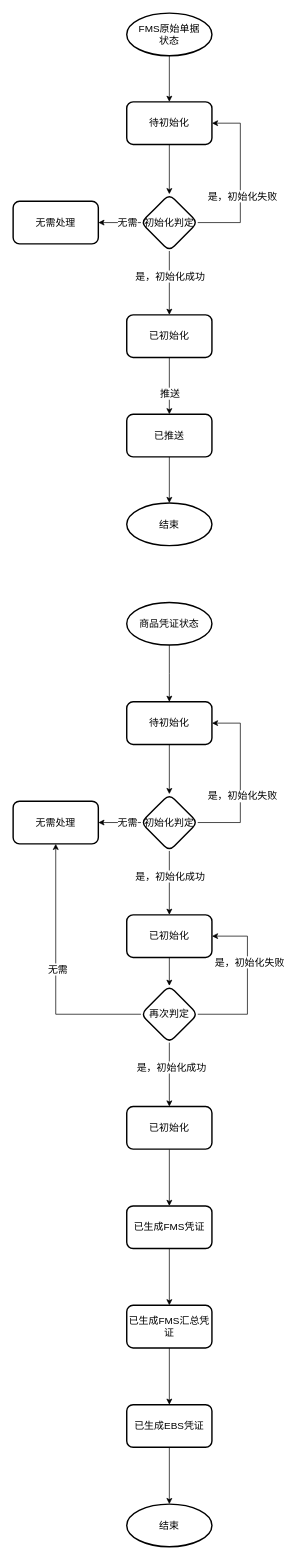
Before: page "商品凭证-状态" (2 of 2) of FMS库存管理.drawio in guyezhi/drawio, a draw.io diagram. Source tidied: cells renumbered, new cells numbered last; positions are measured from the earlier drawing's top-left corner, leaving out a move shared by most shapes. Both pictures are drawn from the tidied source at 71%, with x=0, y=0 at pixel (13, 13).
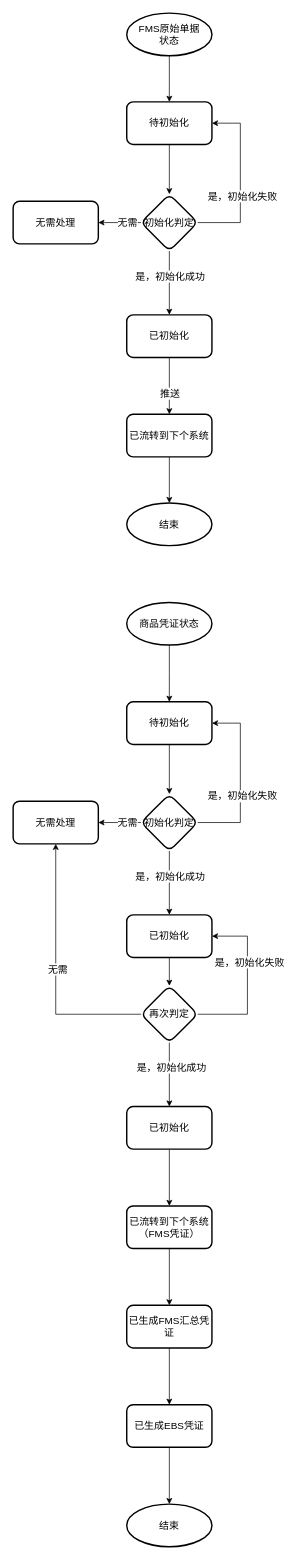
Above is the later version.

Change to the diagram source:
```diff
@@
-    <mxCell id="16" value="已推送" style="whiteSpace=wrap;html=1;fontSize=14;rounded=1;strokeWidth=2;" parent="1" vertex="1">
+    <mxCell id="16" value="已流转到下个系统" style="whiteSpace=wrap;html=1;fontSize=14;rounded=1;strokeWidth=2;" parent="1" vertex="1">
       <mxGeometry x="160" y="565" width="120" height="60" as="geometry" />
     </mxCell>
@@
-    <mxCell id="44" value="已生成FMS凭证" style="whiteSpace=wrap;html=1;fontSize=14;rounded=1;strokeWidth=2;" parent="1" vertex="1">
+    <mxCell id="44" value="已流转到下个系统&lt;br&gt;（FMS凭证）" style="whiteSpace=wrap;html=1;fontSize=14;rounded=1;strokeWidth=2;" parent="1" vertex="1">
       <mxGeometry x="160" y="1680" width="120" height="60" as="geometry" />
     </mxCell>
```
